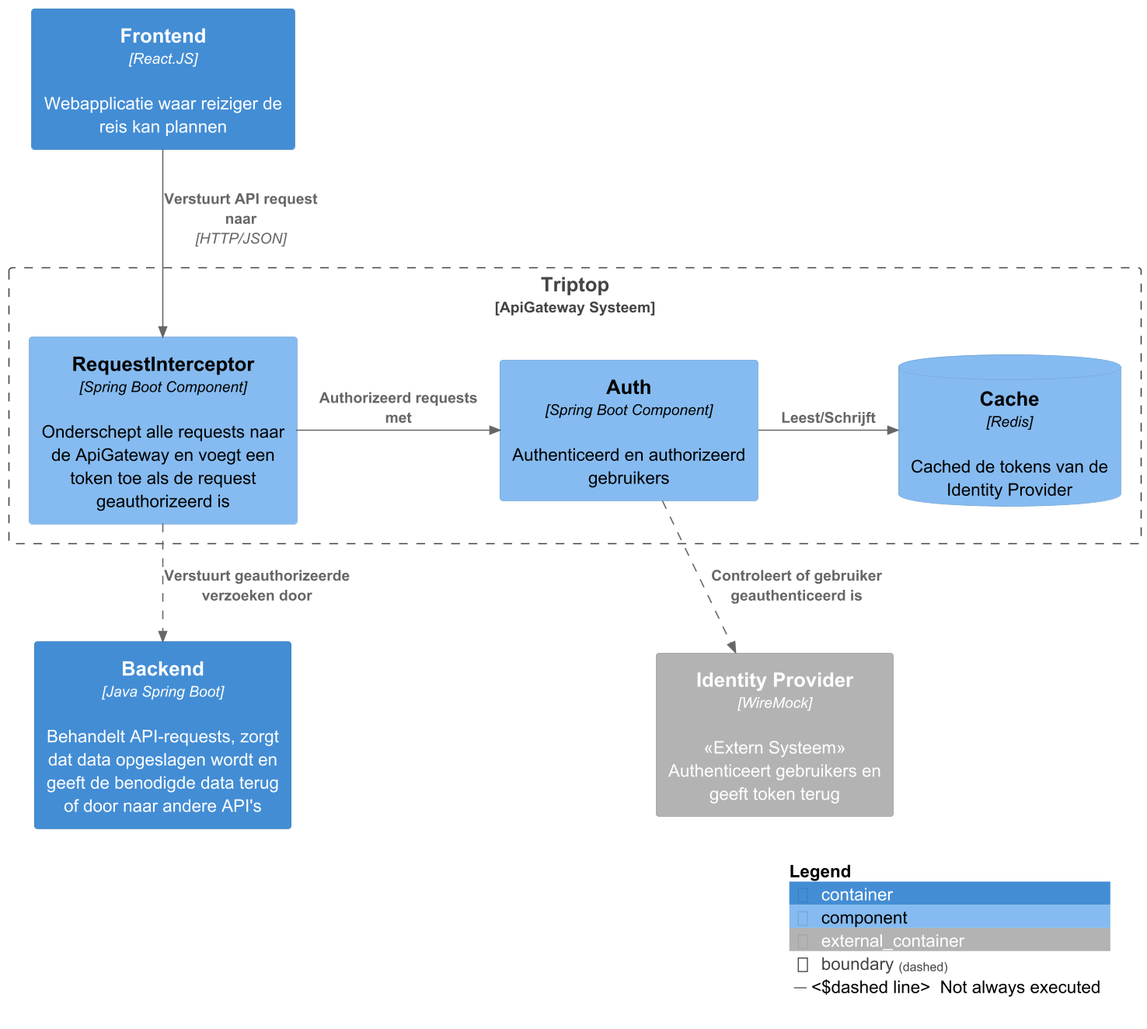
AIM-ENE-feb25/triptop-groep-1-met-third-wheel keeps this PlantUML diagram as software-guidebook/images/component_diagrams/Triptop_Api_Gateway_Component_Diagram.png. Above is the earlier version.
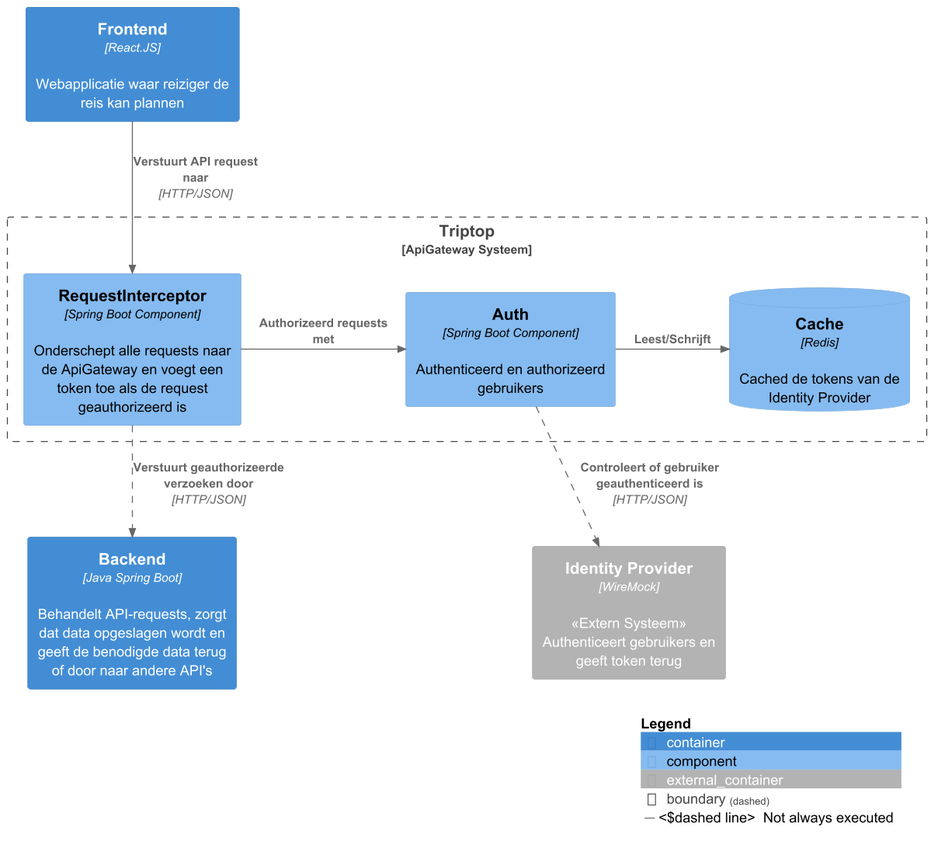
The same diagram one commit later.

Diff of the diagram source:
```diff
@@ -19,19 +19,19 @@
 !endprocedure
 
 !unquoted procedure D_Rel_R($from, $to, $label, $techn="", $descr="", $sprite="", $tags="", $link="")
-D_Rel($from, $to, $label, $techn, $descr, $sprite, $tags, $link, right)
+D_Rel($from, $to, $label, $techn, $descr, $sprite, D_Rel, $link, right)
 !endprocedure
 
 !unquoted procedure D_Rel_L($from, $to, $label, $techn="", $descr="", $sprite="", $tags="", $link="")
-D_Rel($from, $to, $label, $techn, $descr, $sprite, $tags, $link, left)
+D_Rel($from, $to, $label, $techn, $descr, $sprite, D_Rel, $link, left)
 !endprocedure
 
 !unquoted procedure D_Rel_U($from, $to, $label, $techn="", $descr="", $sprite="", $tags="", $link="")
-D_Rel($from, $to, $label, $techn, $descr, $sprite, $tags, $link, up)
+D_Rel($from, $to, $label, $techn, $descr, $sprite, D_Rel, $link, up)
 !endprocedure
 
 !unquoted procedure D_Rel_D($from, $to, $label, $techn="", $descr="", $sprite="", $tags="", $link="")
-D_Rel($from, $to, $label, $techn, $descr, $sprite, $tags, $link, down)
+D_Rel($from, $to, $label, $techn, $descr, $sprite, D_Rel, $link, down)
 !endprocedure
 
 Container_Ext(id_provider, "Identity Provider", WireMock, "<<Extern Systeem>>\nAuthenticeert gebruikers en geeft token terug")
@@ -47,14 +47,14 @@
     Rel_R(api_auth, api_cache, Leest/Schrijft)
 }
 
-D_Rel(api_auth, id_provider, "Controleert of gebruiker geauthenticeerd is")
+D_Rel(api_auth, id_provider, "Controleert of gebruiker geauthenticeerd is", HTTP/JSON)
 Lay_R(api_cache, id_provider)
 
 Rel_D(frontend, api_request_interceptor, Verstuurt API request naar, HTTP/JSON)
 
 Container(backend, "Backend", "Java Spring Boot", "Behandelt API-requests, zorgt dat data opgeslagen wordt en geeft de benodigde data terug of door naar andere API's")
 
-D_Rel_D(api_request_interceptor, backend, Verstuurt geauthorizeerde verzoeken door)
+D_Rel_D(api_request_interceptor, backend, Verstuurt geauthorizeerde verzoeken door, HTTP/JSON)
 
 
 SHOW_LEGEND()
```
